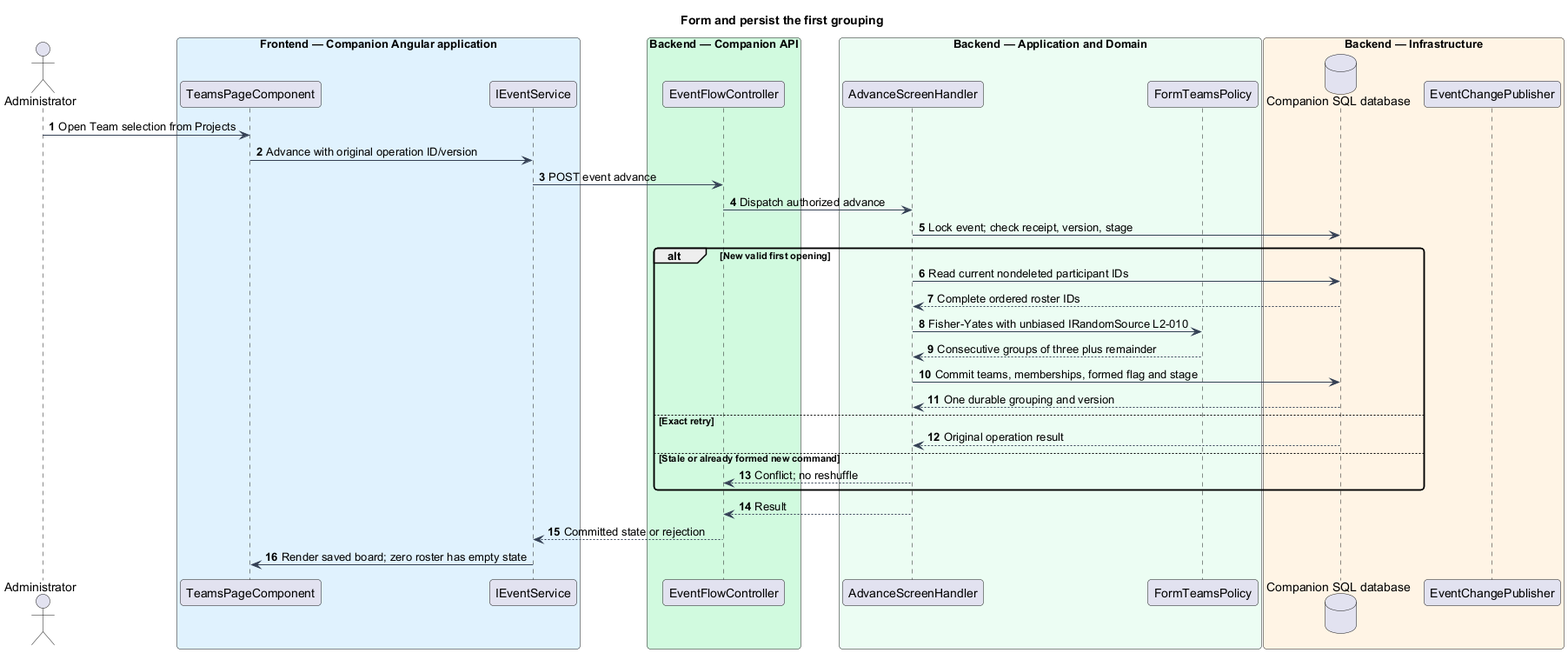
This is docs/detailed-designs/projects-teams/form-teams-once/diagrams/sequence-form.png from QuinntyneBrown/faithtech-toronto-ai-build-event, a PlantUML export, as it was before one commit. Its diagram source:
```plantuml
@startuml
skinparam backgroundColor #FFFFFF
skinparam shadowing false
skinparam defaultFontName Arial
skinparam ArrowColor #344054
skinparam roundcorner 8
autonumber
title Form and persist the first grouping
actor "Administrator" as actor
box "Frontend — Companion Angular application" #E0F2FE
participant "TeamsPageComponent" as page
participant "IEventService" as client
end box
box "Backend — Companion API" #D1FADF
participant "EventFlowController" as controller
end box
box "Backend — Application and Domain" #ECFDF3
participant "AdvanceScreenHandler" as handler
participant "FormTeamsPolicy" as entity
end box
box "Backend — Infrastructure" #FFF4E5
database "Companion SQL database" as db
participant "EventChangePublisher" as push
end box
actor -> page : Open Team selection from Projects
page -> client : Advance with original operation ID/version
client -> controller : POST event advance
controller -> handler : Dispatch authorized advance
handler -> db : Lock event; check receipt, version, stage
alt New valid first opening
 handler -> db : Read current nondeleted participant IDs
 db --> handler : Complete ordered roster IDs
 handler -> entity : Fisher-Yates with unbiased IRandomSource L2-010
 entity --> handler : Consecutive groups of three plus remainder
 handler -> db : Commit teams, memberships, formed flag and stage
 db --> handler : One durable grouping and version
else Exact retry
 db --> handler : Original operation result
else Stale or already formed new command
 handler --> controller : Conflict; no reshuffle
end
handler --> controller : Result
controller --> client : Committed state or rejection
client -> page : Render saved board; zero roster has empty state
@enduml
```
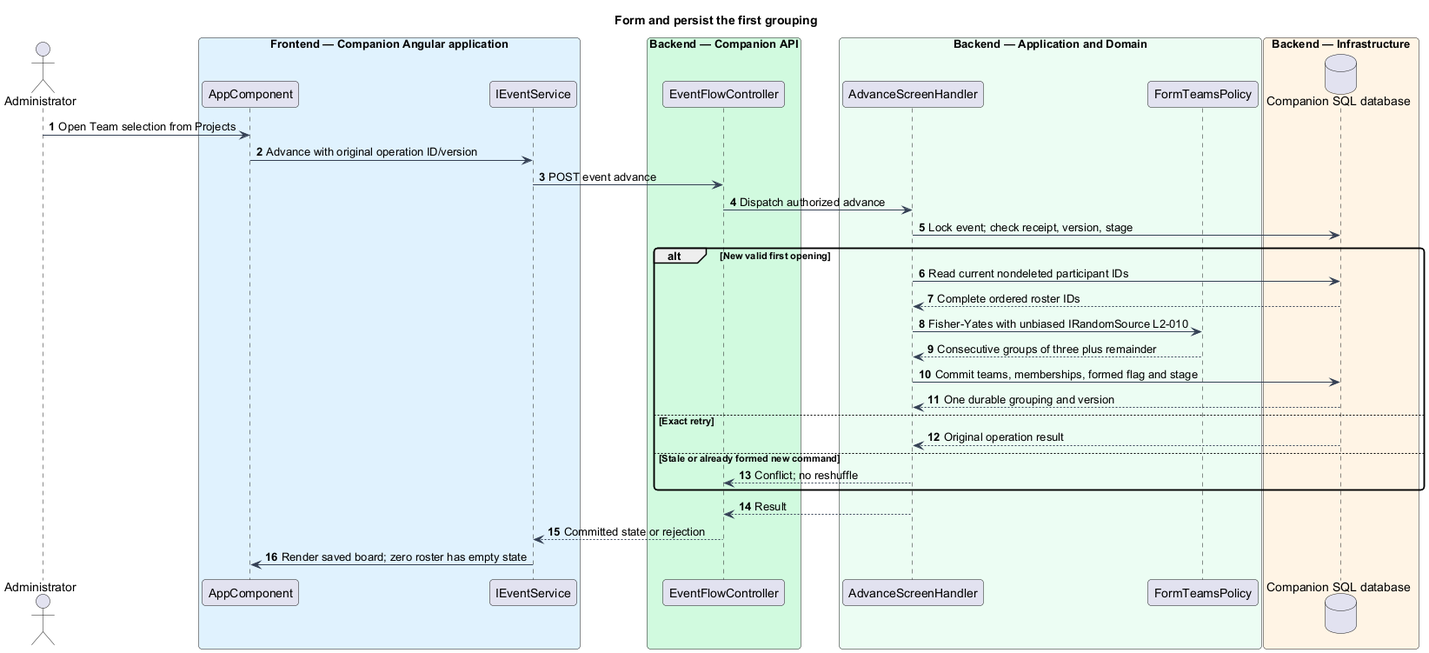
The same file after the commit.

Change to the diagram source:
```diff
@@ -8,7 +8,7 @@
 title Form and persist the first grouping
 actor "Administrator" as actor
 box "Frontend — Companion Angular application" #E0F2FE
-participant "TeamsPageComponent" as page
+participant "AppComponent" as page
 participant "IEventService" as client
 end box
 box "Backend — Companion API" #D1FADF
@@ -20,7 +20,6 @@
 end box
 box "Backend — Infrastructure" #FFF4E5
 database "Companion SQL database" as db
-participant "EventChangePublisher" as push
 end box
 actor -> page : Open Team selection from Projects
 page -> client : Advance with original operation ID/version
```
